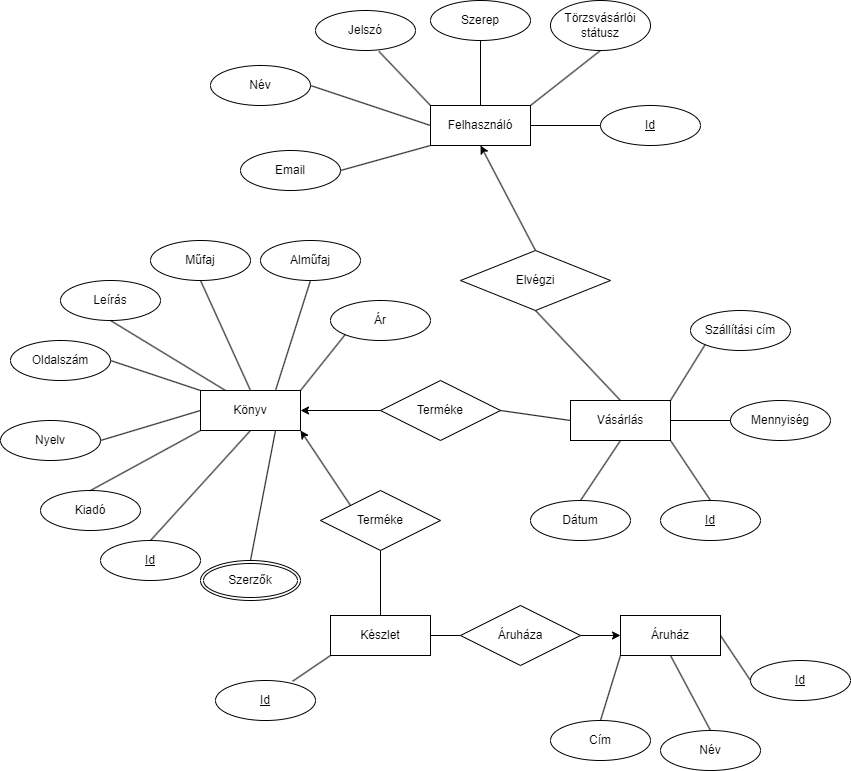
Before: merfoldko01 doku/EK.png, a diagram exported from draw.io (ajudge00/Adatb-alapu-projekt). Source tidied: cells renumbered, new cells last; positions are measured from the earlier drawing's top-left corner, leaving out a move shared by most shapes.
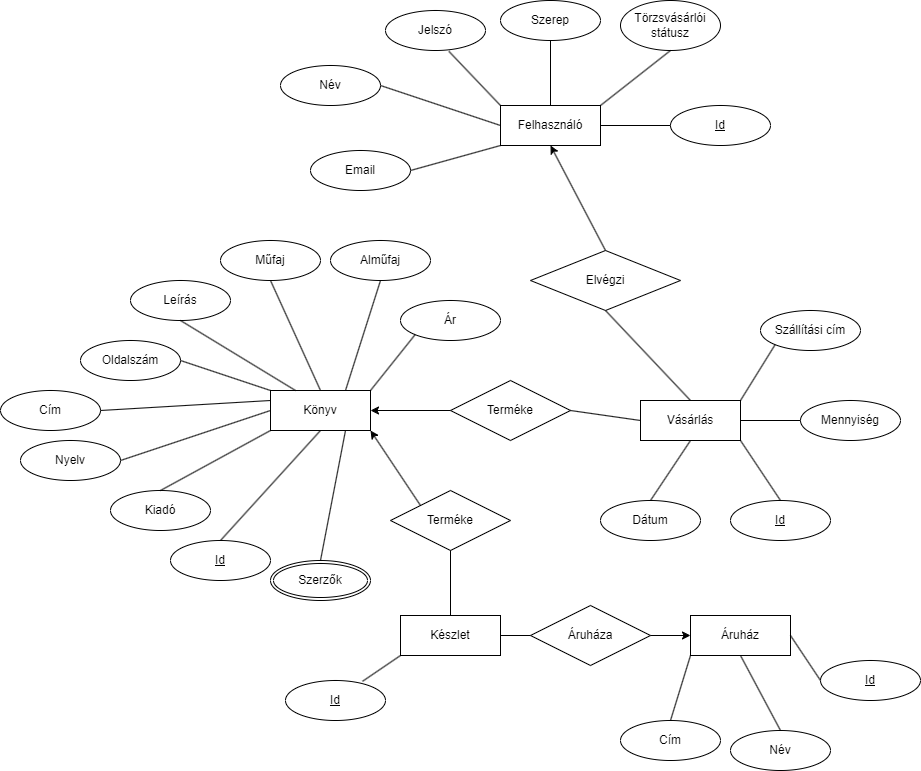
After the commit.

What changed in the source:
```diff
@@ -21,7 +21,7 @@
       <mxGeometry relative="1" as="geometry" />
     </mxCell>
     <mxCell id="8" value="Nyelv" style="ellipse;whiteSpace=wrap;html=1;align=center;" parent="1" vertex="1">
-      <mxGeometry y="420" width="100" height="40" as="geometry" />
+      <mxGeometry x="-50" y="440" width="100" height="40" as="geometry" />
     </mxCell>
     <mxCell id="9" style="endArrow=none;html=1;rounded=0;entryX=0;entryY=0.5;entryDx=0;entryDy=0;exitX=1;exitY=0.5;exitDx=0;exitDy=0;" parent="1" edge="1" source="8" target="2">
       <mxGeometry relative="1" as="geometry" />
@@ -191,5 +191,11 @@
     <mxCell id="64" style="endArrow=none;html=1;rounded=0;exitX=0.75;exitY=0;exitDx=0;exitDy=0;entryX=0.5;entryY=1;entryDx=0;entryDy=0;" parent="1" edge="1" source="2" target="62">
       <mxGeometry relative="1" as="geometry" />
     </mxCell>
+    <mxCell id="65" value="Cím" style="ellipse;whiteSpace=wrap;html=1;align=center;" parent="1" vertex="1">
+      <mxGeometry x="-70" y="390" width="100" height="40" as="geometry" />
+    </mxCell>
+    <mxCell id="66" style="endArrow=none;html=1;rounded=0;exitX=1;exitY=0.5;exitDx=0;exitDy=0;entryX=0;entryY=0.25;entryDx=0;entryDy=0;" parent="1" edge="1" source="65" target="2">
+      <mxGeometry relative="1" as="geometry" />
+    </mxCell>
   </root>
 </mxGraphModel>
```
